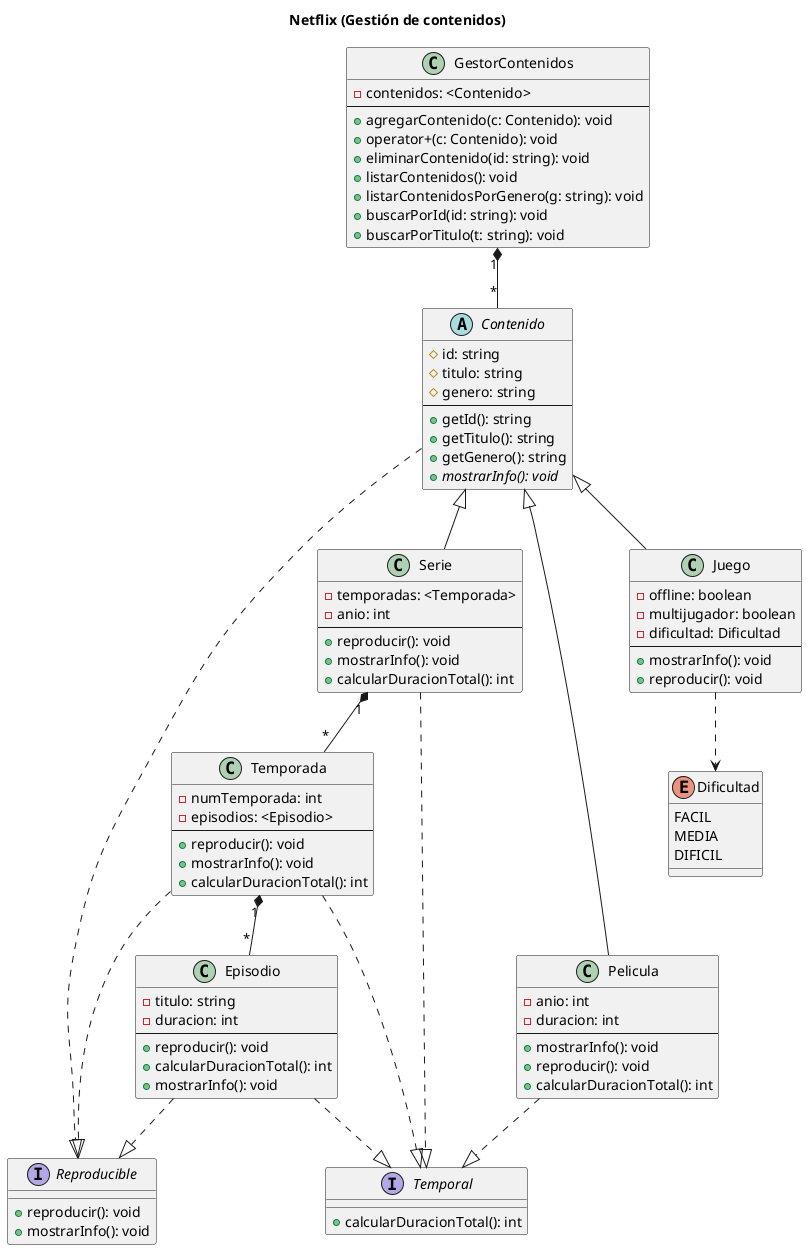
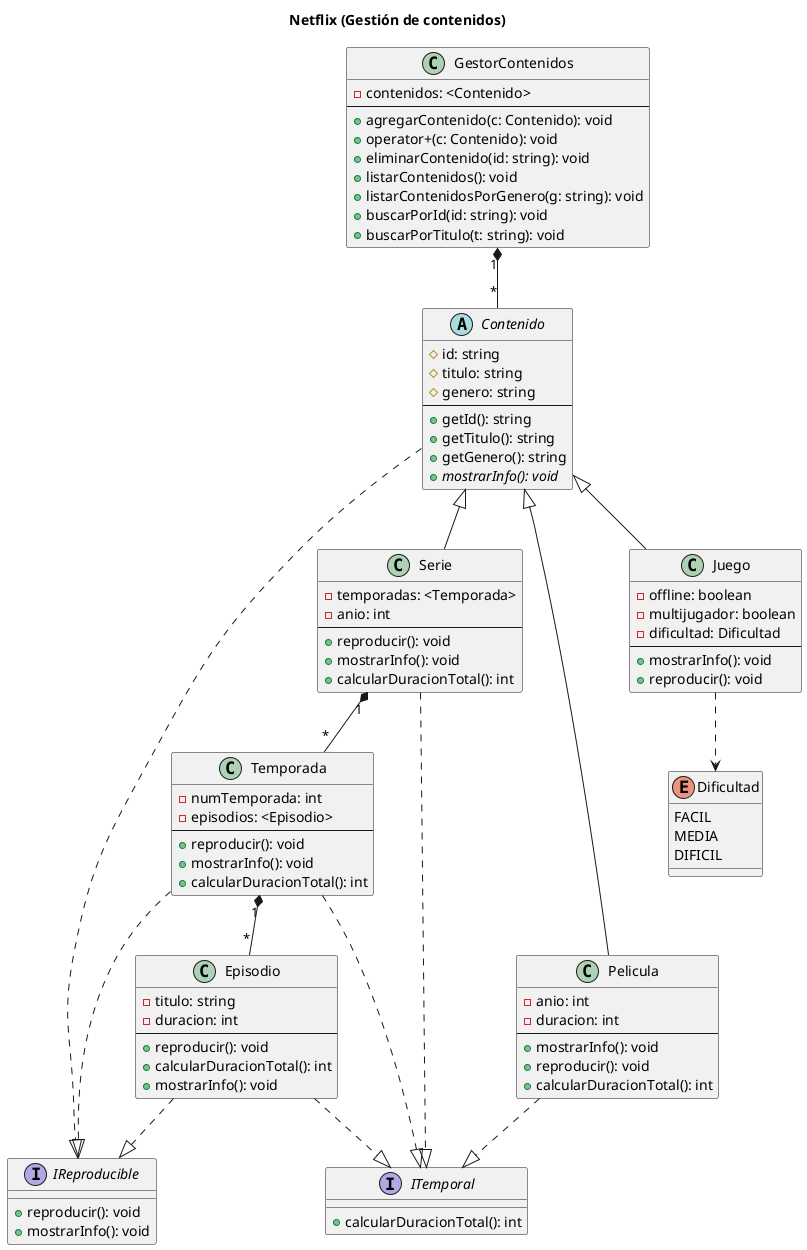
@startuml gestor_streaming
title Netflix (Gestión de contenidos)

- interface Reproducible {
+ interface IReproducible {
  + reproducir(): void
  + mostrarInfo(): void
}

- interface Temporal {
+ interface ITemporal {
  + calcularDuracionTotal(): int
}

abstract class Contenido {
  # id: string
  # titulo: string
  # genero: string
  ---
  + getId(): string
  + getTitulo(): string
  + getGenero(): string
  + {abstract} mostrarInfo(): void
}

class GestorContenidos {
  - contenidos: <Contenido>
  ---
  + agregarContenido(c: Contenido): void
  + operator+(c: Contenido): void
  + eliminarContenido(id: string): void
  + listarContenidos(): void
  + listarContenidosPorGenero(g: string): void
  + buscarPorId(id: string): void
  + buscarPorTitulo(t: string): void
}

class Pelicula {
  - anio: int
  - duracion: int
  ---
  + mostrarInfo(): void
  + reproducir(): void
  + calcularDuracionTotal(): int
}

class Serie {
  - temporadas: <Temporada>
  - anio: int
  ---
  + reproducir(): void
  + mostrarInfo(): void
  + calcularDuracionTotal(): int
}

class Juego {
  - offline: boolean
  - multijugador: boolean
  - dificultad: Dificultad
  ---
  + mostrarInfo(): void
  + reproducir(): void
}

enum Dificultad {
  FACIL
  MEDIA
  DIFICIL
}

class Temporada {
  - numTemporada: int
  - episodios: <Episodio>
  ---
  + reproducir(): void
  + mostrarInfo(): void
  + calcularDuracionTotal(): int
}

class Episodio {
  - titulo: string
  - duracion: int
  ---
  + reproducir(): void
  + calcularDuracionTotal(): int
  + mostrarInfo(): void
}

' Jerarquía principal
Contenido <|-- Pelicula
Contenido <|-- Serie
Contenido <|-- Juego

' Interfaces
- Contenido ..|> Reproducible
- Episodio ..|> Reproducible
- Temporada ..|> Reproducible
+ Contenido ..|> IReproducible
+ Episodio ..|> IReproducible
+ Temporada ..|> IReproducible

- Pelicula ..|> Temporal
- Serie ..|> Temporal
- Temporada ..|> Temporal
- Episodio ..|> Temporal
+ Pelicula ..|> ITemporal
+ Serie ..|> ITemporal
+ Temporada ..|> ITemporal
+ Episodio ..|> ITemporal

' Composiciones
GestorContenidos "1" *-- "*" Contenido
Serie "1" *-- "*" Temporada
Temporada "1" *-- "*" Episodio

' Dependencia
Juego ..> Dificultad

@enduml